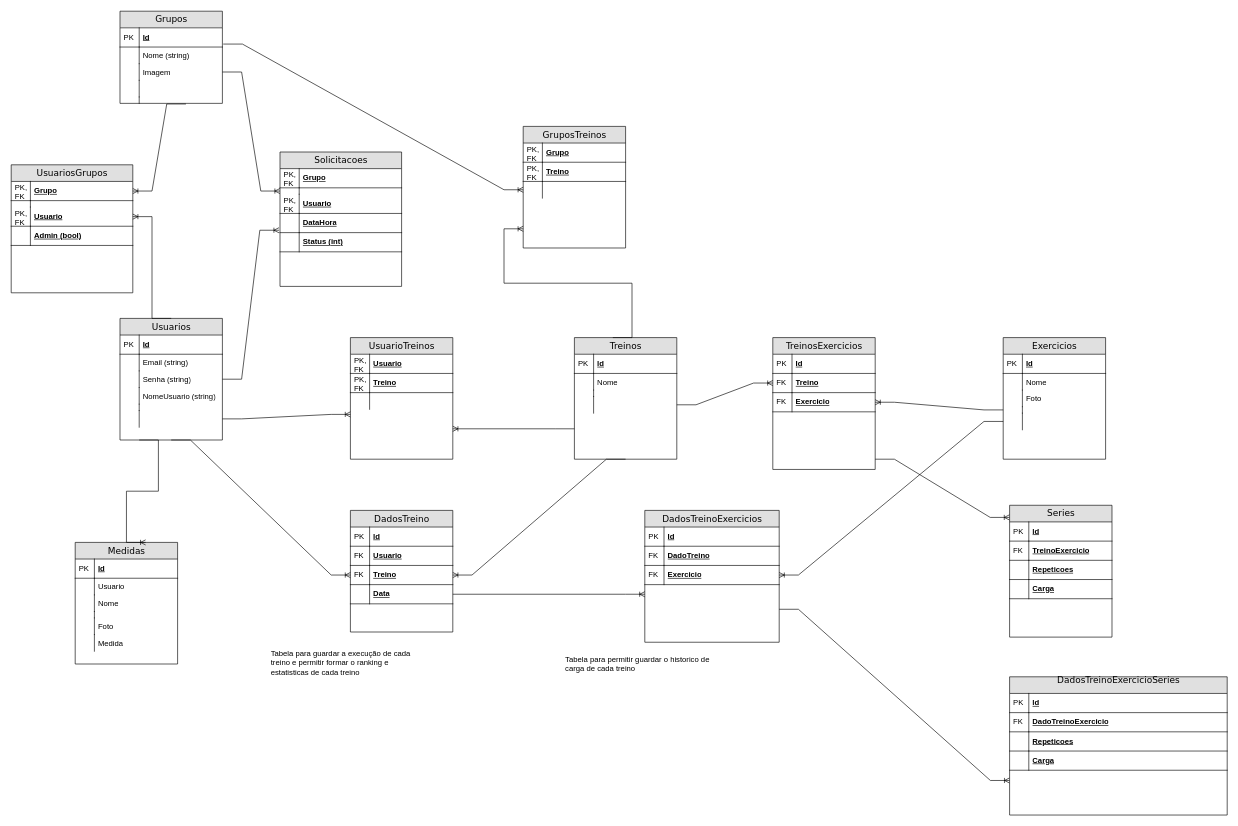
Earlier version of the draw.io diagram DER.drawio (Antonio-Zago/AppTreinos). Source tidied: cells renumbered, new cells numbered last; positions are measured from the earlier drawing's top-left corner, leaving out a move shared by most shapes. Both pictures are drawn from the tidied source at 64%, with x=0, y=0 at pixel (11, 11).
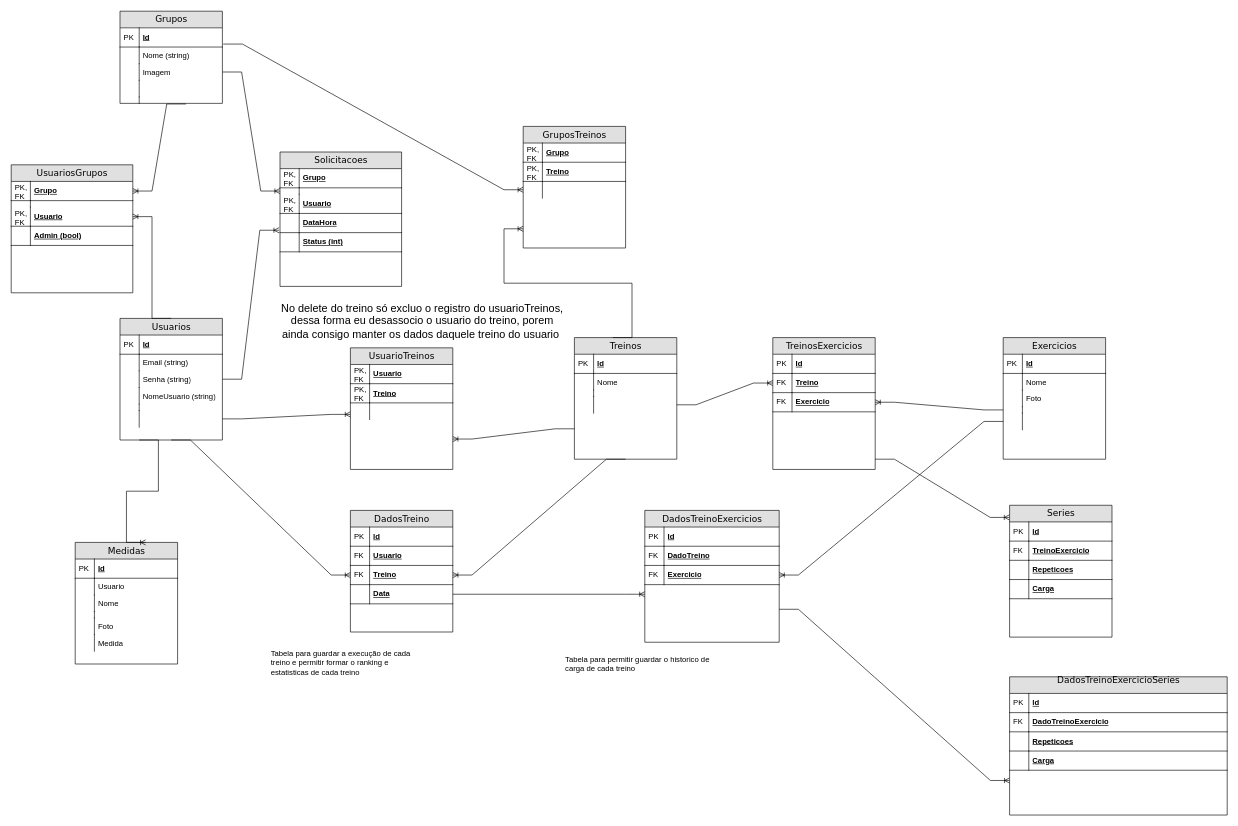
After the change.

What changed in the source:
```diff
@@
     <mxCell id="77" value="UsuarioTreinos" style="swimlane;html=1;fontStyle=0;horizontal=1;startSize=26;fillColor=#e0e0e0;swimlaneFillColor=#ffffff;align=center;rounded=0;shadow=0;comic=0;labelBackgroundColor=none;strokeWidth=1;fontFamily=Verdana;fontSize=14;" parent="1" vertex="1">
-      <mxGeometry x="530" y="510" width="160" height="190" as="geometry" />
+      <mxGeometry x="530" y="526" width="160" height="190" as="geometry" />
     </mxCell>
@@
+    <mxCell id="153" value="&lt;font style=&quot;font-size: 17px;&quot;&gt;No delete do treino só excluo o registro do usuarioTreinos, dessa forma eu desassocio o usuario do treino, porem ainda consigo manter os dados daquele treino do usuario&amp;nbsp;&lt;/font&gt;" style="text;html=1;align=center;verticalAlign=middle;whiteSpace=wrap;rounded=0;" parent="1" vertex="1">
+      <mxGeometry x="420" y="470" width="445" height="30" as="geometry" />
+    </mxCell>
```
